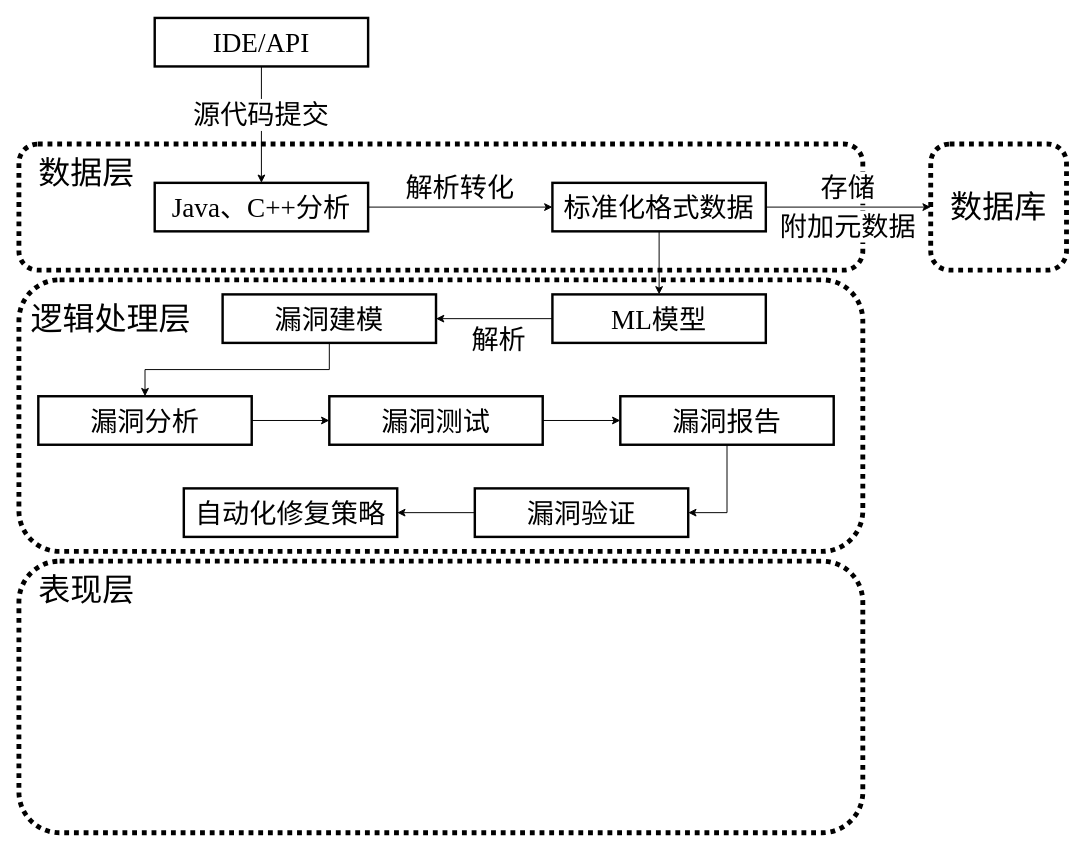
The draw.io diagram 工作流程图.drawio in LovenSar/-, before the edit. Source tidied: cells renumbered, new cells numbered last; positions are measured from the earlier drawing's top-left corner, leaving out a move shared by most shapes. Both pictures are drawn from the tidied source at 97%, with x=0, y=0 at pixel (18, 17).
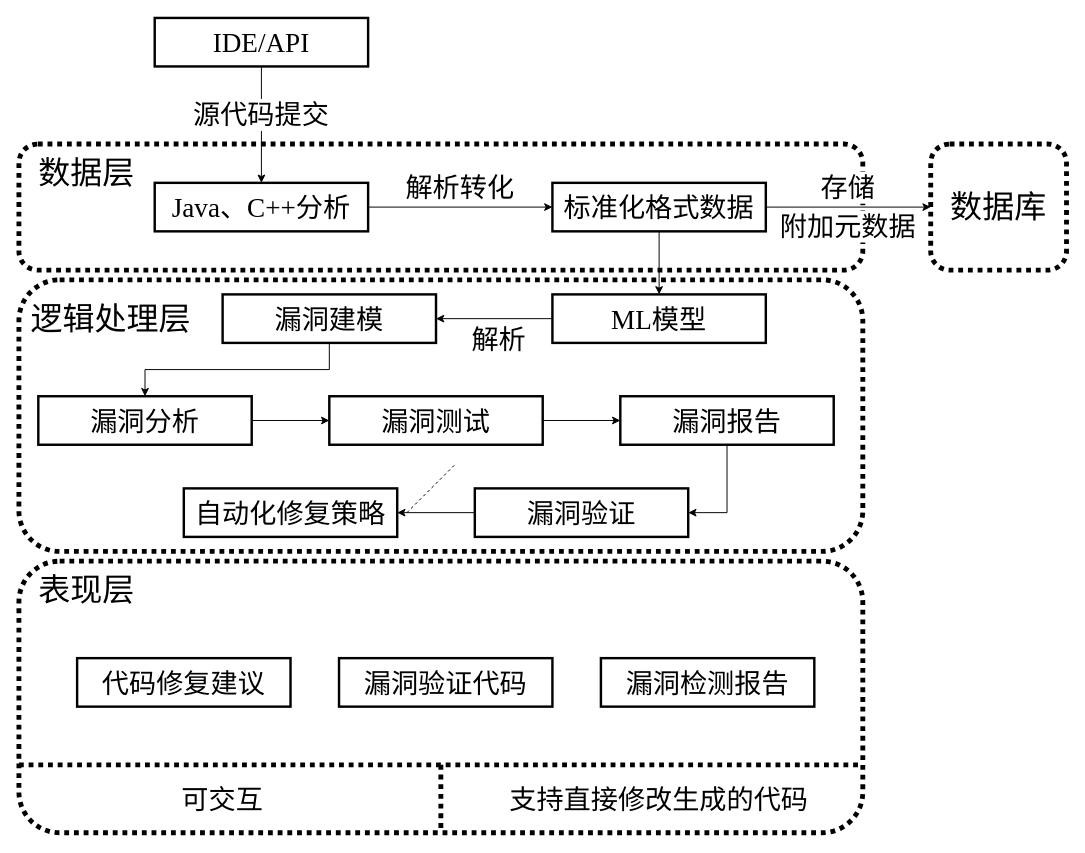
Above is the later version.

Commit message (it also covers changes not shown here):
更新工作流程图.drawio

The change refers to these unchanged cells:
```xml
<mxCell id="17" style="rounded=1;whiteSpace=wrap;html=1;fillColor=none;strokeWidth=5;dashed=1;dashPattern=1 1;" parent="1" vertex="1">
  <mxGeometry y="560" width="870" height="280" as="geometry" />
</mxCell>
```

What changed in the source:
```diff
@@
+    <mxCell id="37" value="&lt;span style=&quot;font-size: 28px;&quot;&gt;漏洞检测报告&lt;/span&gt;" style="rounded=0;whiteSpace=wrap;html=1;fillColor=none;strokeWidth=2.5;fontFamily=Times New Roman;fontSize=33;" parent="1" vertex="1">
+      <mxGeometry x="600" y="660" width="220" height="50" as="geometry" />
+    </mxCell>
+    <mxCell id="38" value="&lt;span style=&quot;font-size: 28px;&quot;&gt;漏洞验证代码&lt;/span&gt;" style="rounded=0;whiteSpace=wrap;html=1;fillColor=none;strokeWidth=2.5;fontFamily=Times New Roman;fontSize=33;" parent="1" vertex="1">
+      <mxGeometry x="330" y="660" width="220" height="50" as="geometry" />
+    </mxCell>
+    <mxCell id="39" value="&lt;span style=&quot;font-size: 28px;&quot;&gt;代码修复建议&lt;/span&gt;" style="rounded=0;whiteSpace=wrap;html=1;fillColor=none;strokeWidth=2.5;fontFamily=Times New Roman;fontSize=33;" parent="1" vertex="1">
+      <mxGeometry x="60" y="660" width="220" height="50" as="geometry" />
+    </mxCell>
+    <mxCell id="40" style="endArrow=none;dashed=1;html=1;rounded=0;" parent="1" edge="1">
+      <mxGeometry relative="1" as="geometry">
+        <mxPoint x="400" y="510" as="sourcePoint" />
+        <mxPoint x="450" y="460" as="targetPoint" />
+      </mxGeometry>
+    </mxCell>
+    <mxCell id="41" style="edgeStyle=orthogonalEdgeStyle;rounded=0;orthogonalLoop=1;jettySize=auto;html=1;exitX=0;exitY=0.75;exitDx=0;exitDy=0;entryX=1;entryY=0.75;entryDx=0;entryDy=0;strokeWidth=5;endArrow=none;endFill=0;dashed=1;dashPattern=1 1;" parent="1" edge="1" source="17" target="17">
+      <mxGeometry relative="1" as="geometry">
+        <Array as="points">
+          <mxPoint x="435" y="770" />
+          <mxPoint x="435" y="770" />
+        </Array>
+      </mxGeometry>
+    </mxCell>
+    <mxCell id="42" style="edgeStyle=orthogonalEdgeStyle;rounded=0;jettySize=auto;html=1;entryX=0.5;entryY=1;entryDx=0;entryDy=0;strokeWidth=5;endArrow=none;endFill=0;dashed=1;dashPattern=1 1;" parent="1" edge="1" target="17">
+      <mxGeometry relative="1" as="geometry">
+        <mxPoint x="435" y="770" as="sourcePoint" />
+        <Array as="points">
+          <mxPoint x="435" y="810" />
+          <mxPoint x="435" y="810" />
+        </Array>
+      </mxGeometry>
+    </mxCell>
+    <mxCell id="43" value="&lt;span style=&quot;font-size: 28px;&quot;&gt;可交互&lt;/span&gt;" style="rounded=0;whiteSpace=wrap;html=1;fillColor=none;strokeWidth=2.5;fontFamily=Times New Roman;fontSize=33;strokeColor=none;" parent="1" vertex="1">
+      <mxGeometry x="100" y="780" width="220" height="50" as="geometry" />
+    </mxCell>
+    <mxCell id="44" value="&lt;span style=&quot;font-size: 28px;&quot;&gt;支持直接修改生成的代码&lt;/span&gt;" style="rounded=0;whiteSpace=wrap;html=1;fillColor=none;strokeWidth=2.5;fontFamily=Times New Roman;fontSize=33;strokeColor=none;" parent="1" vertex="1">
+      <mxGeometry x="500" y="780" width="320" height="50" as="geometry" />
+    </mxCell>
```
